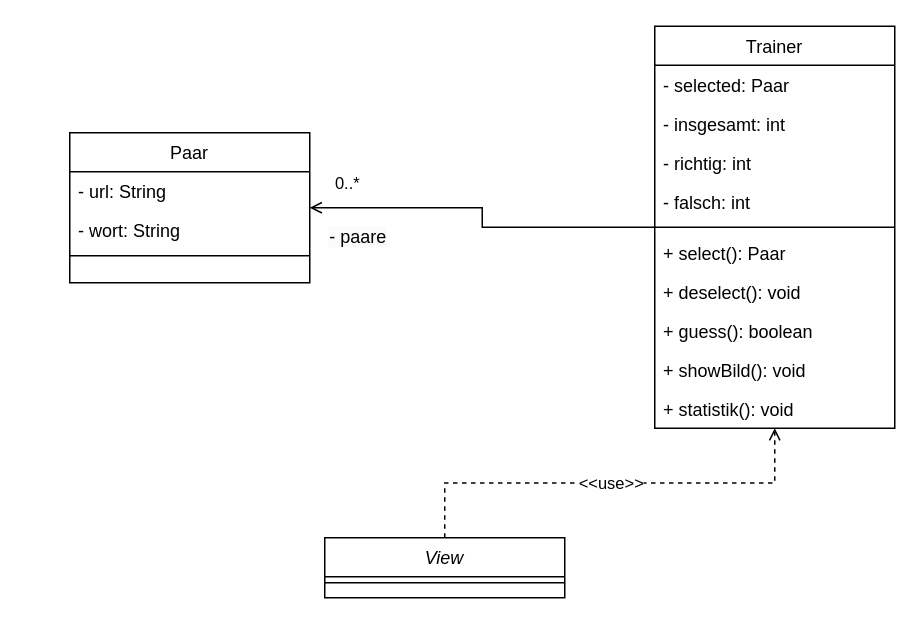
Above: design/uml.drawio in TGM-HIT/sew9-2425-worttrainer-mmatic64 (draw.io), before the change. Source tidied: cells renumbered, new cells numbered last; positions are measured from the earlier drawing's top-left corner, leaving out a move shared by most shapes. Both pictures are drawn from the tidied source at 150%, with x=0, y=0 at pixel (69, 26).
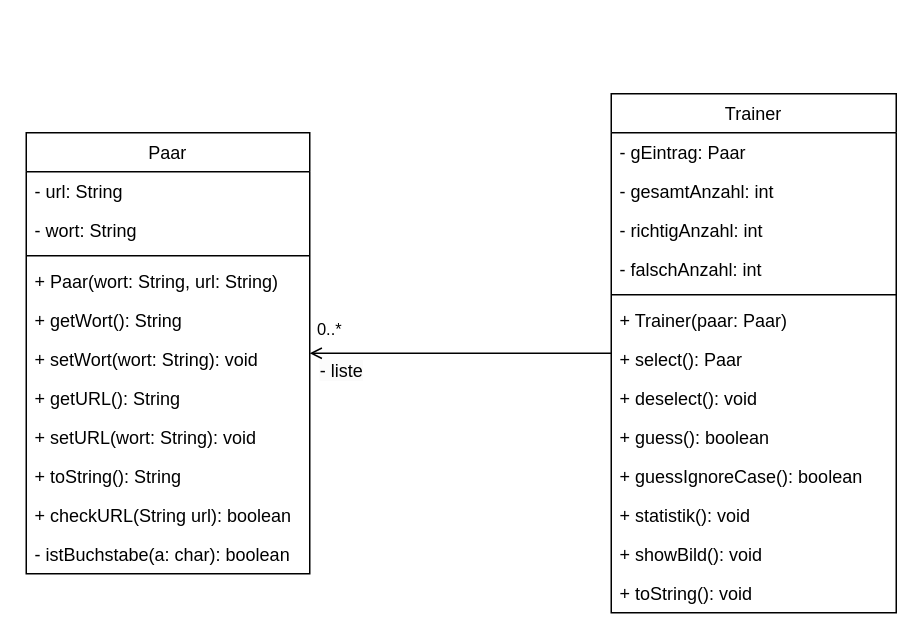
After the change.

Commit message (it also covers changes not shown here):
UMLv1.2 update nach dem Code

Diff of the diagram source:
```diff
@@
     <mxCell id="2" value="Paar" style="swimlane;fontStyle=0;align=center;verticalAlign=top;horizontal=1;startSize=26;rounded=0;shadow=0;strokeWidth=1;glass=0;swimlaneLine=1;" parent="1" vertex="1">
-      <mxGeometry y="71" width="160" height="100" as="geometry" />
+      <mxGeometry x="-29" y="71" width="189" height="294" as="geometry" />
     </mxCell>
     <mxCell id="3" value="- url: String" style="text;align=left;verticalAlign=top;spacingLeft=4;spacingRight=4;overflow=hidden;" parent="2" vertex="1">
-      <mxGeometry y="26" width="160" height="26" as="geometry" />
+      <mxGeometry y="26" width="189" height="26" as="geometry" />
     </mxCell>
     <mxCell id="4" value="- wort: String" style="text;align=left;verticalAlign=top;spacingLeft=4;spacingRight=4;overflow=hidden;rounded=0;shadow=0;html=0;" parent="2" vertex="1">
-      <mxGeometry y="52" width="160" height="26" as="geometry" />
+      <mxGeometry y="52" width="189" height="26" as="geometry" />
     </mxCell>
     <mxCell id="5" style="line;html=1;strokeWidth=1;align=left;verticalAlign=middle;spacingTop=-1;spacingLeft=3;spacingRight=3;labelPosition=right;" parent="2" vertex="1">
-      <mxGeometry y="78" width="160" height="8" as="geometry" />
+      <mxGeometry y="78" width="189" height="8" as="geometry" />
     </mxCell>
+    <mxCell id="22" value="+ Paar(wort: String, url: String)" style="text;align=left;verticalAlign=top;spacingLeft=4;spacingRight=4;overflow=hidden;rounded=0;shadow=0;html=0;" parent="2" vertex="1">
+      <mxGeometry y="86" width="189" height="26" as="geometry" />
+    </mxCell>
+    <mxCell id="23" value="+ getWort(): String" style="text;align=left;verticalAlign=top;spacingLeft=4;spacingRight=4;overflow=hidden;rounded=0;shadow=0;html=0;" parent="2" vertex="1">
+      <mxGeometry y="112" width="189" height="26" as="geometry" />
+    </mxCell>
+    <mxCell id="24" value="+ setWort(wort: String): void" style="text;align=left;verticalAlign=top;spacingLeft=4;spacingRight=4;overflow=hidden;rounded=0;shadow=0;html=0;" parent="2" vertex="1">
+      <mxGeometry y="138" width="189" height="26" as="geometry" />
+    </mxCell>
+    <mxCell id="25" value="+ getURL(): String" style="text;align=left;verticalAlign=top;spacingLeft=4;spacingRight=4;overflow=hidden;rounded=0;shadow=0;html=0;" parent="2" vertex="1">
+      <mxGeometry y="164" width="189" height="26" as="geometry" />
+    </mxCell>
+    <mxCell id="26" value="+ setURL(wort: String): void" style="text;align=left;verticalAlign=top;spacingLeft=4;spacingRight=4;overflow=hidden;rounded=0;shadow=0;html=0;" parent="2" vertex="1">
+      <mxGeometry y="190" width="189" height="26" as="geometry" />
+    </mxCell>
+    <mxCell id="27" value="+ toString(): String" style="text;align=left;verticalAlign=top;spacingLeft=4;spacingRight=4;overflow=hidden;rounded=0;shadow=0;html=0;" parent="2" vertex="1">
+      <mxGeometry y="216" width="189" height="26" as="geometry" />
+    </mxCell>
+    <mxCell id="28" value="+ checkURL(String url): boolean" style="text;align=left;verticalAlign=top;spacingLeft=4;spacingRight=4;overflow=hidden;rounded=0;shadow=0;html=0;" parent="2" vertex="1">
+      <mxGeometry y="242" width="189" height="26" as="geometry" />
+    </mxCell>
+    <mxCell id="29" value="- istBuchstabe(a: char): boolean" style="text;align=left;verticalAlign=top;spacingLeft=4;spacingRight=4;overflow=hidden;rounded=0;shadow=0;html=0;" parent="2" vertex="1">
+      <mxGeometry y="268" width="189" height="26" as="geometry" />
+    </mxCell>
     <mxCell id="6" value="Trainer" style="swimlane;fontStyle=0;align=center;verticalAlign=top;horizontal=1;startSize=26;rounded=0;shadow=0;strokeWidth=1;glass=0;swimlaneLine=1;" parent="1" vertex="1">
-      <mxGeometry x="390" width="160" height="268" as="geometry" />
+      <mxGeometry x="361" y="45" width="190" height="346" as="geometry" />
     </mxCell>
-    <mxCell id="7" value="- selected: Paar" style="text;align=left;verticalAlign=top;spacingLeft=4;spacingRight=4;overflow=hidden;rounded=0;shadow=0;html=0;" parent="6" vertex="1">
-      <mxGeometry y="26" width="160" height="26" as="geometry" />
+    <mxCell id="7" value="- gEintrag: Paar" style="text;align=left;verticalAlign=top;spacingLeft=4;spacingRight=4;overflow=hidden;rounded=0;shadow=0;html=0;" parent="6" vertex="1">
+      <mxGeometry y="26" width="190" height="26" as="geometry" />
     </mxCell>
-    <mxCell id="8" value="- insgesamt: int" style="text;align=left;verticalAlign=top;spacingLeft=4;spacingRight=4;overflow=hidden;rounded=0;shadow=0;html=0;" parent="6" vertex="1">
-      <mxGeometry y="52" width="160" height="26" as="geometry" />
+    <mxCell id="8" value="- gesamtAnzahl: int" style="text;align=left;verticalAlign=top;spacingLeft=4;spacingRight=4;overflow=hidden;rounded=0;shadow=0;html=0;" parent="6" vertex="1">
+      <mxGeometry y="52" width="190" height="26" as="geometry" />
     </mxCell>
-    <mxCell id="9" value="- richtig: int" style="text;align=left;verticalAlign=top;spacingLeft=4;spacingRight=4;overflow=hidden;rounded=0;shadow=0;html=0;" parent="6" vertex="1">
-      <mxGeometry y="78" width="160" height="26" as="geometry" />
+    <mxCell id="9" value="- richtigAnzahl: int" style="text;align=left;verticalAlign=top;spacingLeft=4;spacingRight=4;overflow=hidden;rounded=0;shadow=0;html=0;" parent="6" vertex="1">
+      <mxGeometry y="78" width="190" height="26" as="geometry" />
     </mxCell>
-    <mxCell id="10" value="- falsch: int" style="text;align=left;verticalAlign=top;spacingLeft=4;spacingRight=4;overflow=hidden;rounded=0;shadow=0;html=0;" parent="6" vertex="1">
-      <mxGeometry y="104" width="160" height="26" as="geometry" />
+    <mxCell id="10" value="- falschAnzahl: int" style="text;align=left;verticalAlign=top;spacingLeft=4;spacingRight=4;overflow=hidden;rounded=0;shadow=0;html=0;" parent="6" vertex="1">
+      <mxGeometry y="104" width="190" height="26" as="geometry" />
     </mxCell>
     <mxCell id="11" style="line;html=1;strokeWidth=1;align=left;verticalAlign=middle;spacingTop=-1;spacingLeft=3;spacingRight=3;labelPosition=right;" parent="6" vertex="1">
-      <mxGeometry y="130" width="160" height="8" as="geometry" />
+      <mxGeometry y="130" width="190" height="8" as="geometry" />
     </mxCell>
+    <mxCell id="30" value="+ Trainer(paar: Paar)" style="text;align=left;verticalAlign=top;spacingLeft=4;spacingRight=4;overflow=hidden;" parent="6" vertex="1">
+      <mxGeometry y="138" width="190" height="26" as="geometry" />
+    </mxCell>
     <mxCell id="12" value="+ select(): Paar" style="text;align=left;verticalAlign=top;spacingLeft=4;spacingRight=4;overflow=hidden;" parent="6" vertex="1">
-      <mxGeometry y="138" width="160" height="26" as="geometry" />
+      <mxGeometry y="164" width="190" height="26" as="geometry" />
     </mxCell>
     <mxCell id="13" value="+ deselect(): void" style="text;align=left;verticalAlign=top;spacingLeft=4;spacingRight=4;overflow=hidden;" parent="6" vertex="1">
-      <mxGeometry y="164" width="160" height="26" as="geometry" />
+      <mxGeometry y="190" width="190" height="26" as="geometry" />
     </mxCell>
     <mxCell id="14" value="+ guess(): boolean" style="text;align=left;verticalAlign=top;spacingLeft=4;spacingRight=4;overflow=hidden;rounded=0;shadow=0;html=0;" parent="6" vertex="1">
-      <mxGeometry y="190" width="160" height="26" as="geometry" />
+      <mxGeometry y="216" width="190" height="26" as="geometry" />
     </mxCell>
+    <mxCell id="31" value="+ guessIgnoreCase(): boolean" style="text;align=left;verticalAlign=top;spacingLeft=4;spacingRight=4;overflow=hidden;rounded=0;shadow=0;html=0;" parent="6" vertex="1">
+      <mxGeometry y="242" width="190" height="26" as="geometry" />
+    </mxCell>
+    <mxCell id="16" value="+ statistik(): void" style="text;align=left;verticalAlign=top;spacingLeft=4;spacingRight=4;overflow=hidden;rounded=0;shadow=0;html=0;" parent="6" vertex="1">
+      <mxGeometry y="268" width="190" height="26" as="geometry" />
+    </mxCell>
     <mxCell id="15" value="+ showBild(): void" style="text;align=left;verticalAlign=top;spacingLeft=4;spacingRight=4;overflow=hidden;rounded=0;shadow=0;html=0;" parent="6" vertex="1">
-      <mxGeometry y="216" width="160" height="26" as="geometry" />
+      <mxGeometry y="294" width="190" height="26" as="geometry" />
     </mxCell>
-    <mxCell id="16" value="+ statistik(): void" style="text;align=left;verticalAlign=top;spacingLeft=4;spacingRight=4;overflow=hidden;rounded=0;shadow=0;html=0;" parent="6" vertex="1">
-      <mxGeometry y="242" width="160" height="26" as="geometry" />
-    </mxCell>
+    <mxCell id="32" value="+ toString(): void" style="text;align=left;verticalAlign=top;spacingLeft=4;spacingRight=4;overflow=hidden;rounded=0;shadow=0;html=0;" parent="6" vertex="1">
+      <mxGeometry y="320" width="190" height="26" as="geometry" />
+    </mxCell>
-    <mxCell id="17" value="&lt;div&gt;&lt;span style=&quot;font-size: 12px; text-align: left; background-color: rgb(251, 251, 251);&quot;&gt;- paare&lt;/span&gt;&lt;/div&gt;" style="edgeStyle=orthogonalEdgeStyle;rounded=0;jettySize=auto;html=1;endArrow=open;endFill=0;" parent="1" edge="1" source="6" target="2">
-      <mxGeometry x="0.74" y="20" relative="1" as="geometry" />
+    <mxCell id="17" value="&lt;div&gt;&lt;span style=&quot;font-size: 12px; text-align: left; background-color: rgb(251, 251, 251);&quot;&gt;- liste&lt;/span&gt;&lt;/div&gt;" style="edgeStyle=orthogonalEdgeStyle;rounded=0;jettySize=auto;html=1;endArrow=open;endFill=0;" parent="1" edge="1" source="6" target="2">
+      <mxGeometry x="0.79" y="12" relative="1" as="geometry" />
     </mxCell>
@@
-    <mxCell id="19" value="&amp;lt;&amp;lt;use&amp;gt;&amp;gt;" style="edgeStyle=orthogonalEdgeStyle;rounded=0;jettySize=auto;html=1;exitX=0.5;exitY=0;exitDx=0;exitDy=0;dashed=1;endArrow=open;endFill=0;" parent="1" edge="1" source="20" target="6">
-      <mxGeometry relative="1" as="geometry" />
-    </mxCell>
-    <mxCell id="20" value="View" style="swimlane;fontStyle=2;align=center;verticalAlign=top;horizontal=1;startSize=26;rounded=0;shadow=0;strokeWidth=1;glass=0;swimlaneLine=1;" parent="1" vertex="1">
-      <mxGeometry x="170" y="341" width="160" height="40" as="geometry" />
-    </mxCell>
-    <mxCell id="21" style="line;html=1;strokeWidth=1;align=left;verticalAlign=middle;spacingTop=-1;spacingLeft=3;spacingRight=3;labelPosition=right;" parent="20" vertex="1">
-      <mxGeometry y="26" width="160" height="8" as="geometry" />
-    </mxCell>
```
